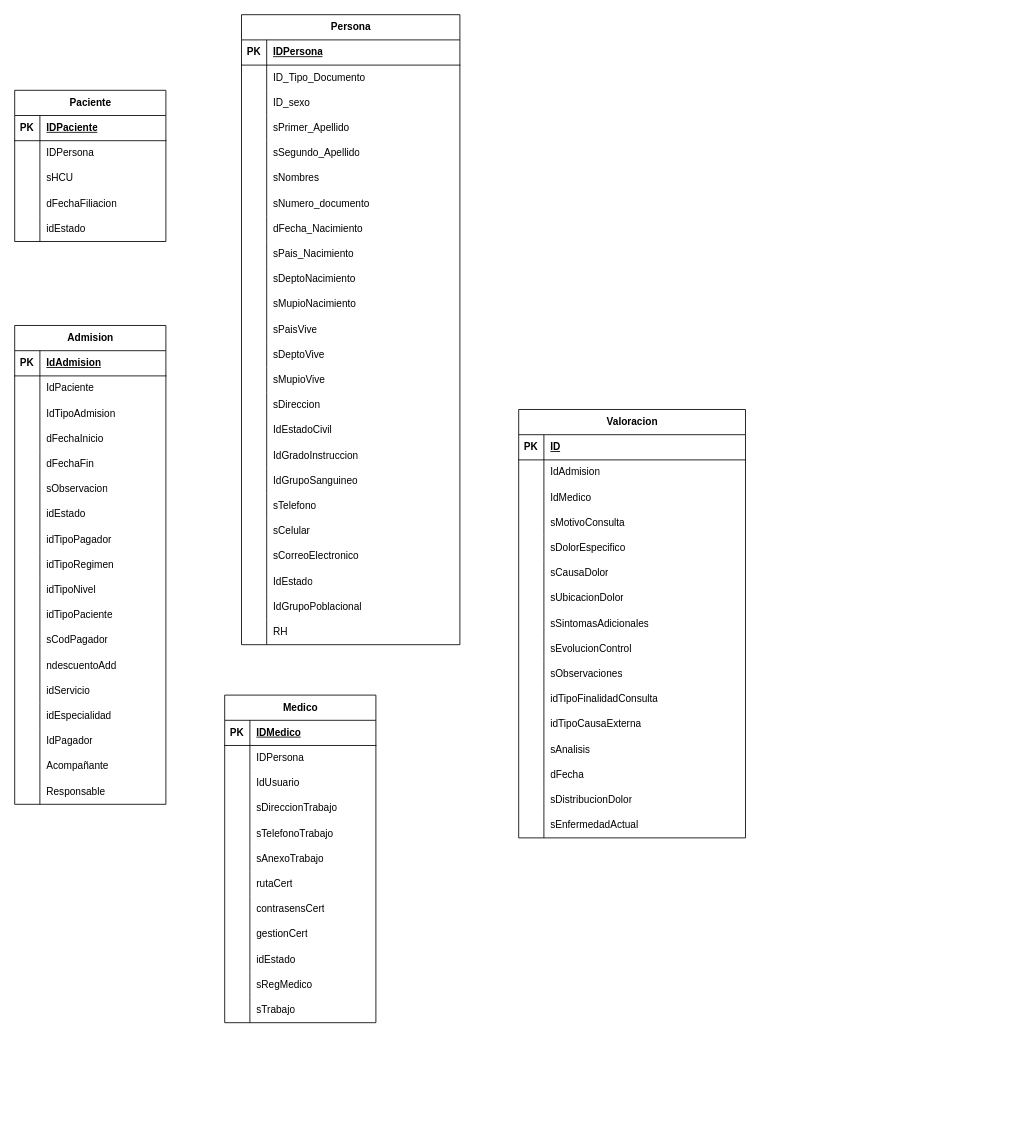
Above: mareli.drawio in JSMONTOYAS/diagramas- (draw.io), before the change. Source tidied: cells renumbered, new cells numbered last; positions are measured from the earlier drawing's top-left corner, leaving out a move shared by most shapes. Both pictures are drawn from the tidied source at 84%, with x=0, y=0 at pixel (14, 14).
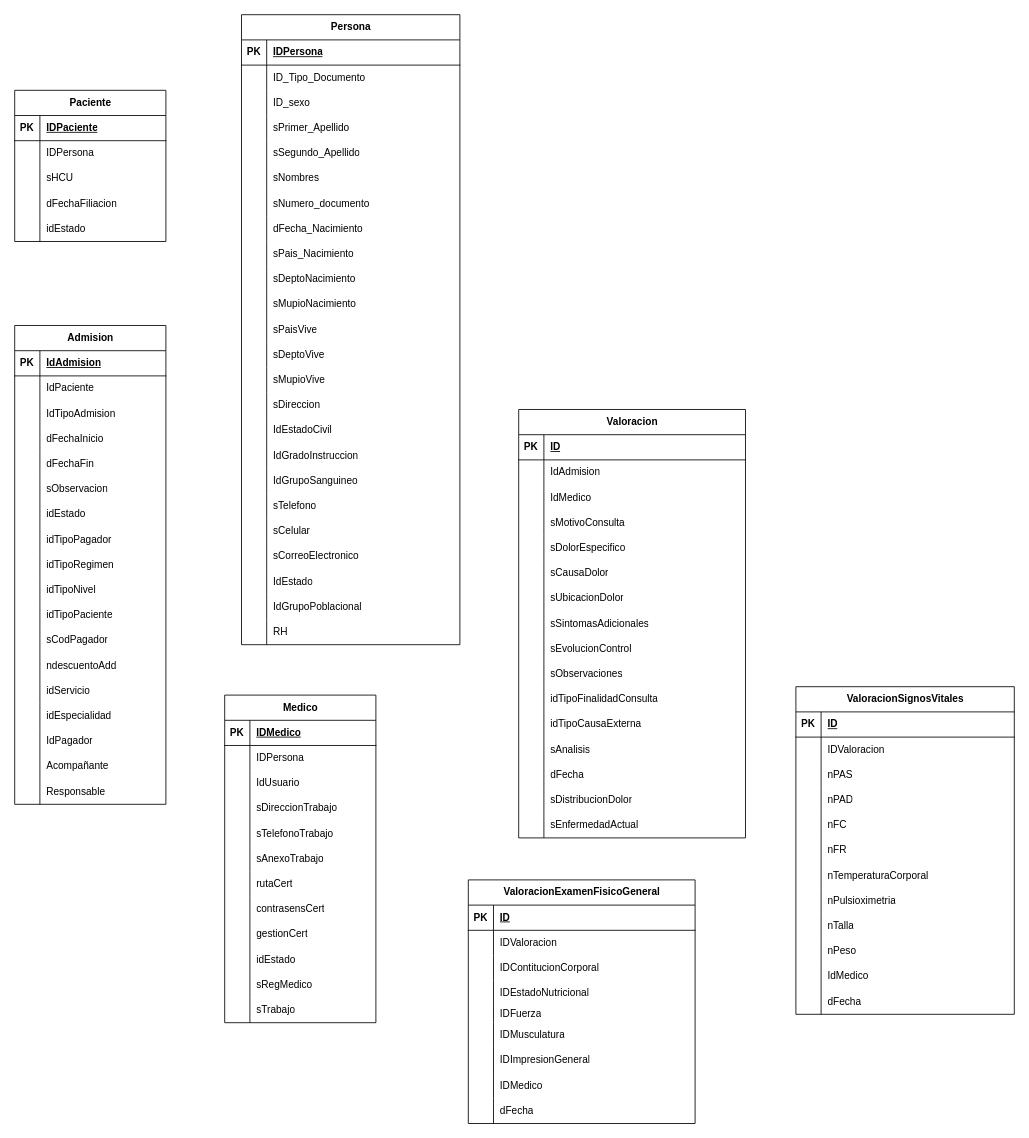
Above is the later version.

Change to the diagram source:
```diff
@@
+    <mxCell id="232" value="ValoracionExamenFisicoGeneral" style="shape=table;startSize=30;childLayout=tableLayout;rowLines=0;fontStyle=1;align=center;html=1;" parent="1" vertex="1">
+      <mxGeometry x="540" y="1030" width="270" height="290" as="geometry" />
+    </mxCell>
+    <mxCell id="233" style="shape=tableRow;horizontal=0;startSize=0;swimlaneHead=0;swimlaneBody=0;fillColor=none;top=0;left=0;right=0;bottom=1;" parent="232" vertex="1">
+      <mxGeometry y="30" width="270" height="30" as="geometry" />
+    </mxCell>
+    <mxCell id="234" value="PK" style="shape=partialRectangle;fillColor=none;top=0;left=0;bottom=0;right=0;fontStyle=1;overflow=hidden;whiteSpace=wrap;html=1;" parent="233" vertex="1">
+      <mxGeometry width="30" height="30" as="geometry" />
+    </mxCell>
+    <mxCell id="235" value="ID" style="shape=partialRectangle;fillColor=none;top=0;left=0;bottom=0;right=0;align=left;spacingLeft=6;fontStyle=5;overflow=hidden;whiteSpace=wrap;html=1;" parent="233" vertex="1">
+      <mxGeometry x="30" width="240" height="30" as="geometry" />
+    </mxCell>
+    <mxCell id="236" style="shape=tableRow;horizontal=0;startSize=0;swimlaneHead=0;swimlaneBody=0;fillColor=none;top=0;left=0;right=0;bottom=0;" parent="232" vertex="1">
+      <mxGeometry y="60" width="270" height="30" as="geometry" />
+    </mxCell>
+    <mxCell id="237" style="shape=partialRectangle;fillColor=none;top=0;left=0;bottom=0;right=0;overflow=hidden;whiteSpace=wrap;html=1;" parent="236" vertex="1">
+      <mxGeometry width="30" height="30" as="geometry" />
+    </mxCell>
+    <mxCell id="238" value="IDValoracion" style="shape=partialRectangle;fillColor=none;top=0;left=0;bottom=0;right=0;align=left;spacingLeft=6;overflow=hidden;whiteSpace=wrap;html=1;" parent="236" vertex="1">
+      <mxGeometry x="30" width="240" height="30" as="geometry" />
+    </mxCell>
+    <mxCell id="239" style="shape=tableRow;horizontal=0;startSize=0;swimlaneHead=0;swimlaneBody=0;fillColor=none;top=0;left=0;right=0;bottom=0;" parent="232" vertex="1">
+      <mxGeometry y="90" width="270" height="30" as="geometry" />
+    </mxCell>
+    <mxCell id="240" style="shape=partialRectangle;fillColor=none;top=0;left=0;bottom=0;right=0;overflow=hidden;whiteSpace=wrap;html=1;" parent="239" vertex="1">
+      <mxGeometry width="30" height="30" as="geometry" />
+    </mxCell>
+    <mxCell id="241" value="IDContitucionCorporal" style="shape=partialRectangle;fillColor=none;top=0;left=0;bottom=0;right=0;align=left;spacingLeft=6;overflow=hidden;whiteSpace=wrap;html=1;" parent="239" vertex="1">
+      <mxGeometry x="30" width="240" height="30" as="geometry" />
+    </mxCell>
+    <mxCell id="242" style="shape=tableRow;horizontal=0;startSize=0;swimlaneHead=0;swimlaneBody=0;fillColor=none;top=0;left=0;right=0;bottom=0;" parent="232" vertex="1">
+      <mxGeometry y="120" width="270" height="30" as="geometry" />
+    </mxCell>
+    <mxCell id="243" style="shape=partialRectangle;fillColor=none;top=0;left=0;bottom=0;right=0;overflow=hidden;whiteSpace=wrap;html=1;" parent="242" vertex="1">
+      <mxGeometry width="30" height="30" as="geometry" />
+    </mxCell>
+    <mxCell id="244" value="IDEstadoNutricional" style="shape=partialRectangle;fillColor=none;top=0;left=0;bottom=0;right=0;align=left;spacingLeft=6;overflow=hidden;whiteSpace=wrap;html=1;" parent="242" vertex="1">
+      <mxGeometry x="30" width="240" height="30" as="geometry" />
+    </mxCell>
+    <mxCell id="245" style="shape=tableRow;horizontal=0;startSize=0;swimlaneHead=0;swimlaneBody=0;fillColor=none;top=0;left=0;right=0;bottom=0;" parent="232" vertex="1">
+      <mxGeometry y="150" width="270" height="20" as="geometry" />
+    </mxCell>
+    <mxCell id="246" style="shape=partialRectangle;fillColor=none;top=0;left=0;bottom=0;right=0;overflow=hidden;whiteSpace=wrap;html=1;" parent="245" vertex="1">
+      <mxGeometry width="30" height="20" as="geometry" />
+    </mxCell>
+    <mxCell id="247" value="IDFuerza" style="shape=partialRectangle;fillColor=none;top=0;left=0;bottom=0;right=0;align=left;spacingLeft=6;overflow=hidden;whiteSpace=wrap;html=1;" parent="245" vertex="1">
+      <mxGeometry x="30" width="240" height="20" as="geometry" />
+    </mxCell>
+    <mxCell id="248" style="shape=tableRow;horizontal=0;startSize=0;swimlaneHead=0;swimlaneBody=0;fillColor=none;top=0;left=0;right=0;bottom=0;" parent="232" vertex="1">
+      <mxGeometry y="170" width="270" height="30" as="geometry" />
+    </mxCell>
+    <mxCell id="249" style="shape=partialRectangle;fillColor=none;top=0;left=0;bottom=0;right=0;overflow=hidden;whiteSpace=wrap;html=1;" parent="248" vertex="1">
+      <mxGeometry width="30" height="30" as="geometry" />
+    </mxCell>
+    <mxCell id="250" value="IDMusculatura" style="shape=partialRectangle;fillColor=none;top=0;left=0;bottom=0;right=0;align=left;spacingLeft=6;overflow=hidden;whiteSpace=wrap;html=1;" parent="248" vertex="1">
+      <mxGeometry x="30" width="240" height="30" as="geometry" />
+    </mxCell>
+    <mxCell id="251" style="shape=tableRow;horizontal=0;startSize=0;swimlaneHead=0;swimlaneBody=0;fillColor=none;top=0;left=0;right=0;bottom=0;" parent="232" vertex="1">
+      <mxGeometry y="200" width="270" height="30" as="geometry" />
+    </mxCell>
+    <mxCell id="252" style="shape=partialRectangle;fillColor=none;top=0;left=0;bottom=0;right=0;overflow=hidden;whiteSpace=wrap;html=1;" parent="251" vertex="1">
+      <mxGeometry width="30" height="30" as="geometry" />
+    </mxCell>
+    <mxCell id="253" value="IDImpresionGeneral" style="shape=partialRectangle;fillColor=none;top=0;left=0;bottom=0;right=0;align=left;spacingLeft=6;overflow=hidden;whiteSpace=wrap;html=1;" parent="251" vertex="1">
+      <mxGeometry x="30" width="240" height="30" as="geometry" />
+    </mxCell>
+    <mxCell id="254" style="shape=tableRow;horizontal=0;startSize=0;swimlaneHead=0;swimlaneBody=0;fillColor=none;top=0;left=0;right=0;bottom=0;" parent="232" vertex="1">
+      <mxGeometry y="230" width="270" height="30" as="geometry" />
+    </mxCell>
+    <mxCell id="255" style="shape=partialRectangle;fillColor=none;top=0;left=0;bottom=0;right=0;overflow=hidden;whiteSpace=wrap;html=1;" parent="254" vertex="1">
+      <mxGeometry width="30" height="30" as="geometry" />
+    </mxCell>
+    <mxCell id="256" value="IDMedico" style="shape=partialRectangle;fillColor=none;top=0;left=0;bottom=0;right=0;align=left;spacingLeft=6;overflow=hidden;whiteSpace=wrap;html=1;" parent="254" vertex="1">
+      <mxGeometry x="30" width="240" height="30" as="geometry" />
+    </mxCell>
+    <mxCell id="257" style="shape=tableRow;horizontal=0;startSize=0;swimlaneHead=0;swimlaneBody=0;fillColor=none;top=0;left=0;right=0;bottom=0;" parent="232" vertex="1">
+      <mxGeometry y="260" width="270" height="30" as="geometry" />
+    </mxCell>
+    <mxCell id="258" style="shape=partialRectangle;fillColor=none;top=0;left=0;bottom=0;right=0;overflow=hidden;whiteSpace=wrap;html=1;" parent="257" vertex="1">
+      <mxGeometry width="30" height="30" as="geometry" />
+    </mxCell>
+    <mxCell id="259" value="dFecha" style="shape=partialRectangle;fillColor=none;top=0;left=0;bottom=0;right=0;align=left;spacingLeft=6;overflow=hidden;whiteSpace=wrap;html=1;" parent="257" vertex="1">
+      <mxGeometry x="30" width="240" height="30" as="geometry" />
+    </mxCell>
+    <mxCell id="260" value="ValoracionSignosVitales" style="shape=table;startSize=30;childLayout=tableLayout;rowLines=0;fontStyle=1;align=center;html=1;" parent="1" vertex="1">
+      <mxGeometry x="930" y="800" width="260" height="390" as="geometry" />
+    </mxCell>
+    <mxCell id="261" style="shape=tableRow;horizontal=0;startSize=0;swimlaneHead=0;swimlaneBody=0;fillColor=none;top=0;left=0;right=0;bottom=1;" parent="260" vertex="1">
+      <mxGeometry y="30" width="260" height="30" as="geometry" />
+    </mxCell>
+    <mxCell id="262" value="PK" style="shape=partialRectangle;fillColor=none;top=0;left=0;bottom=0;right=0;fontStyle=1;overflow=hidden;whiteSpace=wrap;html=1;" parent="261" vertex="1">
+      <mxGeometry width="30" height="30" as="geometry" />
+    </mxCell>
+    <mxCell id="263" value="ID" style="shape=partialRectangle;fillColor=none;top=0;left=0;bottom=0;right=0;align=left;spacingLeft=6;fontStyle=5;overflow=hidden;whiteSpace=wrap;html=1;" parent="261" vertex="1">
+      <mxGeometry x="30" width="230" height="30" as="geometry" />
+    </mxCell>
+    <mxCell id="264" style="shape=tableRow;horizontal=0;startSize=0;swimlaneHead=0;swimlaneBody=0;fillColor=none;top=0;left=0;right=0;bottom=0;" parent="260" vertex="1">
+      <mxGeometry y="60" width="260" height="30" as="geometry" />
+    </mxCell>
+    <mxCell id="265" style="shape=partialRectangle;fillColor=none;top=0;left=0;bottom=0;right=0;overflow=hidden;whiteSpace=wrap;html=1;" parent="264" vertex="1">
+      <mxGeometry width="30" height="30" as="geometry" />
+    </mxCell>
+    <mxCell id="266" value="IDValoracion" style="shape=partialRectangle;fillColor=none;top=0;left=0;bottom=0;right=0;align=left;spacingLeft=6;overflow=hidden;whiteSpace=wrap;html=1;" parent="264" vertex="1">
+      <mxGeometry x="30" width="230" height="30" as="geometry" />
+    </mxCell>
+    <mxCell id="267" style="shape=tableRow;horizontal=0;startSize=0;swimlaneHead=0;swimlaneBody=0;fillColor=none;top=0;left=0;right=0;bottom=0;" parent="260" vertex="1">
+      <mxGeometry y="90" width="260" height="30" as="geometry" />
+    </mxCell>
+    <mxCell id="268" style="shape=partialRectangle;fillColor=none;top=0;left=0;bottom=0;right=0;overflow=hidden;whiteSpace=wrap;html=1;" parent="267" vertex="1">
+      <mxGeometry width="30" height="30" as="geometry" />
+    </mxCell>
+    <mxCell id="269" value="nPAS" style="shape=partialRectangle;fillColor=none;top=0;left=0;bottom=0;right=0;align=left;spacingLeft=6;overflow=hidden;whiteSpace=wrap;html=1;" parent="267" vertex="1">
+      <mxGeometry x="30" width="230" height="30" as="geometry" />
+    </mxCell>
+    <mxCell id="270" style="shape=tableRow;horizontal=0;startSize=0;swimlaneHead=0;swimlaneBody=0;fillColor=none;top=0;left=0;right=0;bottom=0;" parent="260" vertex="1">
+      <mxGeometry y="120" width="260" height="30" as="geometry" />
+    </mxCell>
+    <mxCell id="271" style="shape=partialRectangle;fillColor=none;top=0;left=0;bottom=0;right=0;overflow=hidden;whiteSpace=wrap;html=1;" parent="270" vertex="1">
+      <mxGeometry width="30" height="30" as="geometry" />
+    </mxCell>
+    <mxCell id="272" value="nPAD" style="shape=partialRectangle;fillColor=none;top=0;left=0;bottom=0;right=0;align=left;spacingLeft=6;overflow=hidden;whiteSpace=wrap;html=1;" parent="270" vertex="1">
+      <mxGeometry x="30" width="230" height="30" as="geometry" />
+    </mxCell>
+    <mxCell id="273" style="shape=tableRow;horizontal=0;startSize=0;swimlaneHead=0;swimlaneBody=0;fillColor=none;top=0;left=0;right=0;bottom=0;" parent="260" vertex="1">
+      <mxGeometry y="150" width="260" height="30" as="geometry" />
+    </mxCell>
+    <mxCell id="274" style="shape=partialRectangle;fillColor=none;top=0;left=0;bottom=0;right=0;overflow=hidden;whiteSpace=wrap;html=1;" parent="273" vertex="1">
+      <mxGeometry width="30" height="30" as="geometry" />
+    </mxCell>
+    <mxCell id="275" value="nFC" style="shape=partialRectangle;fillColor=none;top=0;left=0;bottom=0;right=0;align=left;spacingLeft=6;overflow=hidden;whiteSpace=wrap;html=1;" parent="273" vertex="1">
+      <mxGeometry x="30" width="230" height="30" as="geometry" />
+    </mxCell>
+    <mxCell id="276" style="shape=tableRow;horizontal=0;startSize=0;swimlaneHead=0;swimlaneBody=0;fillColor=none;top=0;left=0;right=0;bottom=0;" parent="260" vertex="1">
+      <mxGeometry y="180" width="260" height="30" as="geometry" />
+    </mxCell>
+    <mxCell id="277" style="shape=partialRectangle;fillColor=none;top=0;left=0;bottom=0;right=0;overflow=hidden;whiteSpace=wrap;html=1;" parent="276" vertex="1">
+      <mxGeometry width="30" height="30" as="geometry" />
+    </mxCell>
+    <mxCell id="278" value="nFR" style="shape=partialRectangle;fillColor=none;top=0;left=0;bottom=0;right=0;align=left;spacingLeft=6;overflow=hidden;whiteSpace=wrap;html=1;" parent="276" vertex="1">
+      <mxGeometry x="30" width="230" height="30" as="geometry" />
+    </mxCell>
+    <mxCell id="279" style="shape=tableRow;horizontal=0;startSize=0;swimlaneHead=0;swimlaneBody=0;fillColor=none;top=0;left=0;right=0;bottom=0;" parent="260" vertex="1">
+      <mxGeometry y="210" width="260" height="30" as="geometry" />
+    </mxCell>
+    <mxCell id="280" style="shape=partialRectangle;fillColor=none;top=0;left=0;bottom=0;right=0;overflow=hidden;whiteSpace=wrap;html=1;" parent="279" vertex="1">
+      <mxGeometry width="30" height="30" as="geometry" />
+    </mxCell>
+    <mxCell id="281" value="nTemperaturaCorporal" style="shape=partialRectangle;fillColor=none;top=0;left=0;bottom=0;right=0;align=left;spacingLeft=6;overflow=hidden;whiteSpace=wrap;html=1;" parent="279" vertex="1">
+      <mxGeometry x="30" width="230" height="30" as="geometry" />
+    </mxCell>
+    <mxCell id="282" style="shape=tableRow;horizontal=0;startSize=0;swimlaneHead=0;swimlaneBody=0;fillColor=none;top=0;left=0;right=0;bottom=0;" parent="260" vertex="1">
+      <mxGeometry y="240" width="260" height="30" as="geometry" />
+    </mxCell>
+    <mxCell id="283" style="shape=partialRectangle;fillColor=none;top=0;left=0;bottom=0;right=0;overflow=hidden;whiteSpace=wrap;html=1;" parent="282" vertex="1">
+      <mxGeometry width="30" height="30" as="geometry" />
+    </mxCell>
+    <mxCell id="284" value="nPulsioximetria" style="shape=partialRectangle;fillColor=none;top=0;left=0;bottom=0;right=0;align=left;spacingLeft=6;overflow=hidden;whiteSpace=wrap;html=1;" parent="282" vertex="1">
+      <mxGeometry x="30" width="230" height="30" as="geometry" />
+    </mxCell>
+    <mxCell id="285" style="shape=tableRow;horizontal=0;startSize=0;swimlaneHead=0;swimlaneBody=0;fillColor=none;top=0;left=0;right=0;bottom=0;" parent="260" vertex="1">
+      <mxGeometry y="270" width="260" height="30" as="geometry" />
+    </mxCell>
+    <mxCell id="286" style="shape=partialRectangle;fillColor=none;top=0;left=0;bottom=0;right=0;overflow=hidden;whiteSpace=wrap;html=1;" parent="285" vertex="1">
+      <mxGeometry width="30" height="30" as="geometry" />
+    </mxCell>
+    <mxCell id="287" value="nTalla" style="shape=partialRectangle;fillColor=none;top=0;left=0;bottom=0;right=0;align=left;spacingLeft=6;overflow=hidden;whiteSpace=wrap;html=1;" parent="285" vertex="1">
+      <mxGeometry x="30" width="230" height="30" as="geometry" />
+    </mxCell>
+    <mxCell id="288" style="shape=tableRow;horizontal=0;startSize=0;swimlaneHead=0;swimlaneBody=0;fillColor=none;top=0;left=0;right=0;bottom=0;" parent="260" vertex="1">
+      <mxGeometry y="300" width="260" height="30" as="geometry" />
+    </mxCell>
+    <mxCell id="289" style="shape=partialRectangle;fillColor=none;top=0;left=0;bottom=0;right=0;overflow=hidden;whiteSpace=wrap;html=1;" parent="288" vertex="1">
+      <mxGeometry width="30" height="30" as="geometry" />
+    </mxCell>
+    <mxCell id="290" value="nPeso" style="shape=partialRectangle;fillColor=none;top=0;left=0;bottom=0;right=0;align=left;spacingLeft=6;overflow=hidden;whiteSpace=wrap;html=1;" parent="288" vertex="1">
+      <mxGeometry x="30" width="230" height="30" as="geometry" />
+    </mxCell>
+    <mxCell id="291" style="shape=tableRow;horizontal=0;startSize=0;swimlaneHead=0;swimlaneBody=0;fillColor=none;top=0;left=0;right=0;bottom=0;" parent="260" vertex="1">
+      <mxGeometry y="330" width="260" height="30" as="geometry" />
+    </mxCell>
+    <mxCell id="292" style="shape=partialRectangle;fillColor=none;top=0;left=0;bottom=0;right=0;overflow=hidden;whiteSpace=wrap;html=1;" parent="291" vertex="1">
+      <mxGeometry width="30" height="30" as="geometry" />
+    </mxCell>
+    <mxCell id="293" value="IdMedico" style="shape=partialRectangle;fillColor=none;top=0;left=0;bottom=0;right=0;align=left;spacingLeft=6;overflow=hidden;whiteSpace=wrap;html=1;" parent="291" vertex="1">
+      <mxGeometry x="30" width="230" height="30" as="geometry" />
+    </mxCell>
+    <mxCell id="294" style="shape=tableRow;horizontal=0;startSize=0;swimlaneHead=0;swimlaneBody=0;fillColor=none;top=0;left=0;right=0;bottom=0;" parent="260" vertex="1">
+      <mxGeometry y="360" width="260" height="30" as="geometry" />
+    </mxCell>
+    <mxCell id="295" style="shape=partialRectangle;fillColor=none;top=0;left=0;bottom=0;right=0;overflow=hidden;whiteSpace=wrap;html=1;" parent="294" vertex="1">
+      <mxGeometry width="30" height="30" as="geometry" />
+    </mxCell>
+    <mxCell id="296" value="dFecha" style="shape=partialRectangle;fillColor=none;top=0;left=0;bottom=0;right=0;align=left;spacingLeft=6;overflow=hidden;whiteSpace=wrap;html=1;" parent="294" vertex="1">
+      <mxGeometry x="30" width="230" height="30" as="geometry" />
+    </mxCell>
```
